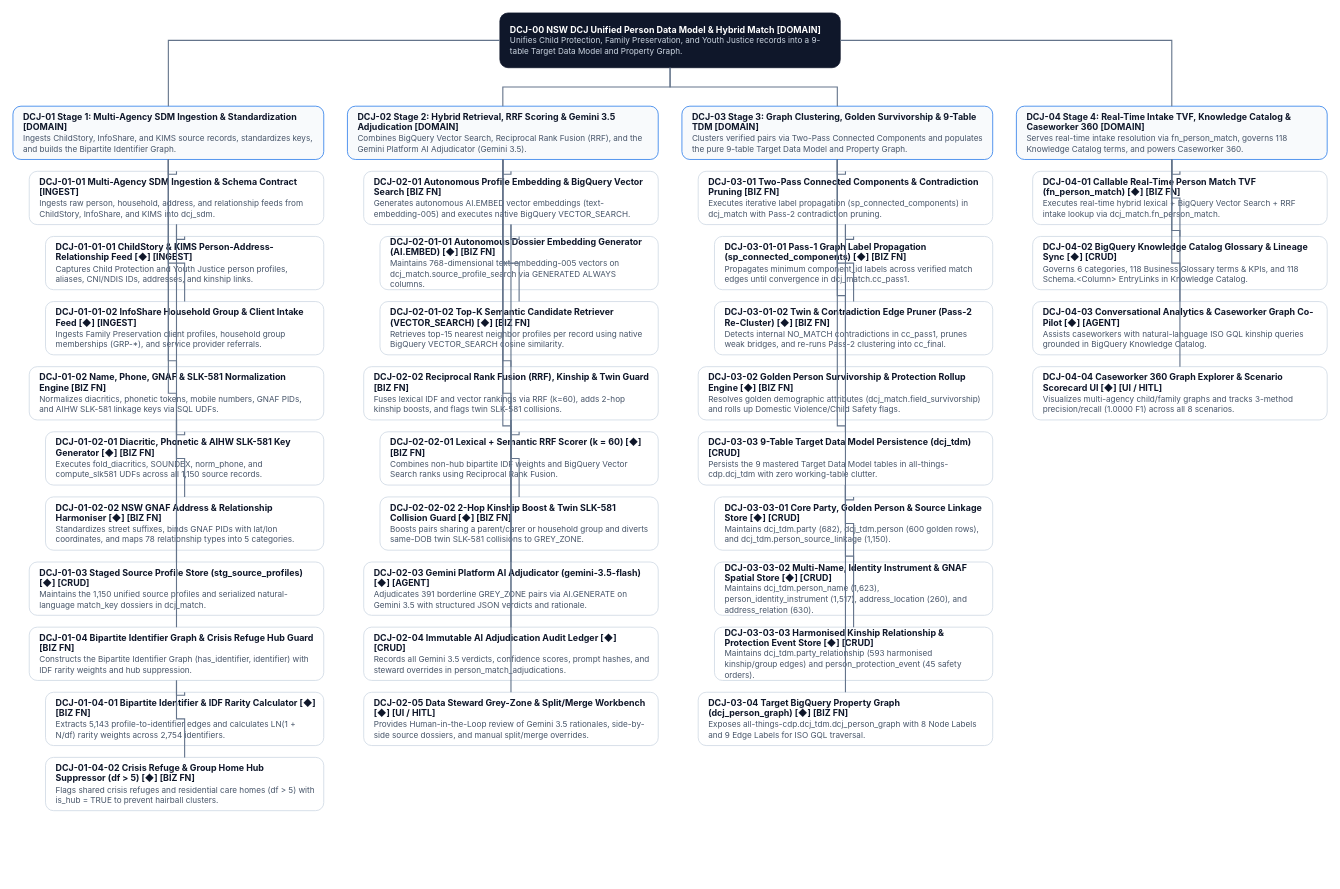
MattATurner/citizen_match keeps this draw.io diagram as dcj_fhd.drawio. Above is the earlier version. Source tidied: cells renumbered, new cells numbered last; positions are measured from the earlier drawing's top-left corner, leaving out a move shared by most shapes. Both pictures are drawn from the tidied source at 74%, with x=0, y=0 at pixel (13, 13).
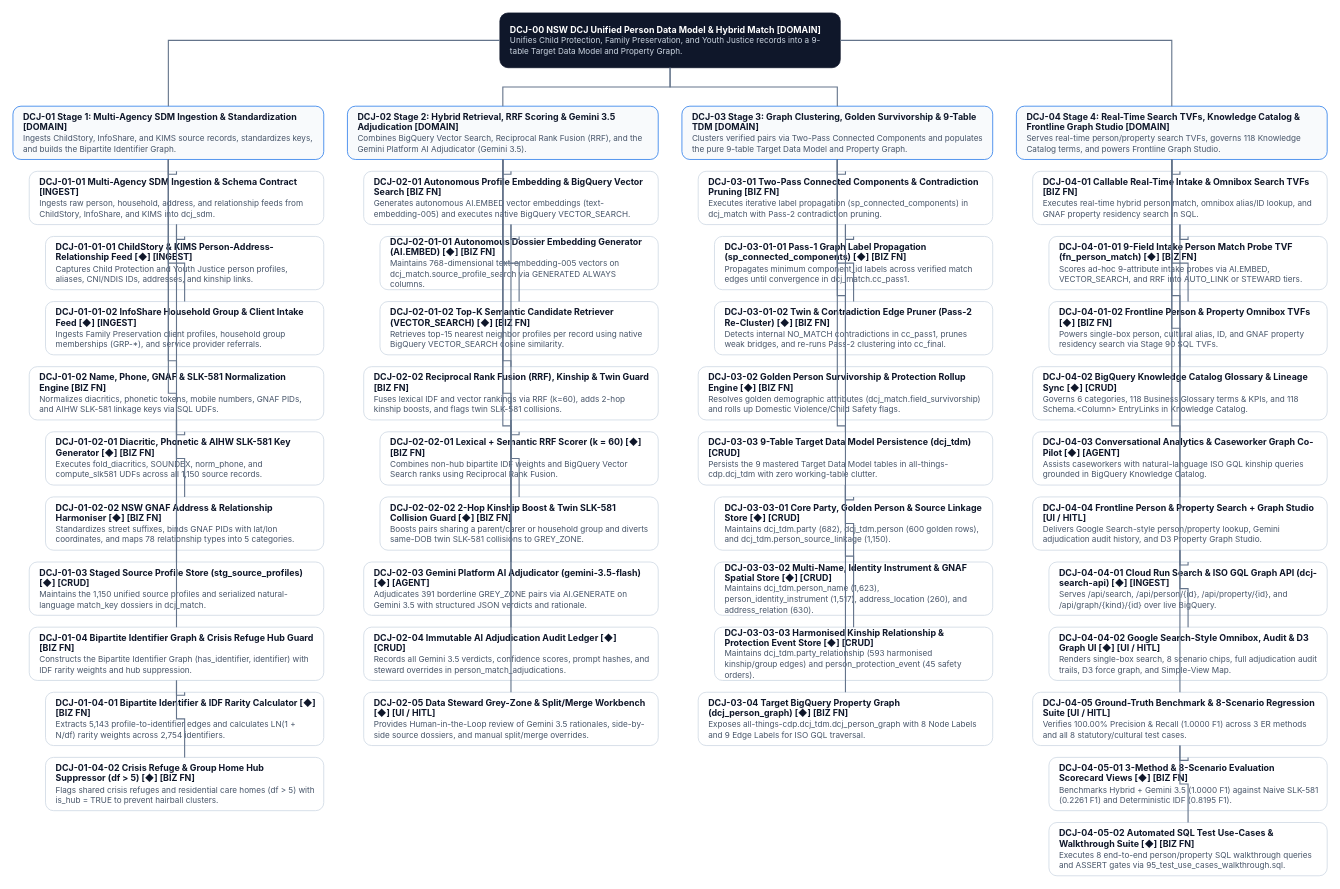
The same diagram, later.

Commit message (it also covers changes not shown here):
feat(fhd): update standalone FHD HTML (DCJ-00..DCJ-04-05) with Frontline Search, Graph Studio, and offline SVG/PNG exports

The edit, as a diff of the source:
```diff
@@
-    <mxCell id="65" value="&lt;b&gt;DCJ-04  Stage 4: Real-Time Intake TVF, Knowledge Catalog &amp;amp; Caseworker 360 [DOMAIN]&lt;/b&gt;&lt;br/&gt;&lt;font style='font-size:11px;color:#475569'&gt;Serves real-time intake resolution via fn_person_match, governs 118 Knowledge Catalog terms, and powers Caseworker 360.&lt;/font&gt;" style="rounded=1;whiteSpace=wrap;html=1;align=left;verticalAlign=middle;spacingLeft=12;spacingRight=10;fillColor=#F8FAFC;strokeColor=#1A73E8;fontColor=#0F172A;fontFamily=Inter;fontSize=12;" parent="1" vertex="1">
+    <mxCell id="65" value="&lt;b&gt;DCJ-04  Stage 4: Real-Time Search TVFs, Knowledge Catalog &amp;amp; Frontline Graph Studio [DOMAIN]&lt;/b&gt;&lt;br/&gt;&lt;font style='font-size:11px;color:#475569'&gt;Serves real-time person/property search TVFs, governs 118 Knowledge Catalog terms, and powers Frontline Graph Studio.&lt;/font&gt;" style="rounded=1;whiteSpace=wrap;html=1;align=left;verticalAlign=middle;spacingLeft=12;spacingRight=10;fillColor=#F8FAFC;strokeColor=#1A73E8;fontColor=#0F172A;fontFamily=Inter;fontSize=12;" parent="1" vertex="1">
       <mxGeometry x="1356" y="126" width="420" height="72" as="geometry" />
     </mxCell>
@@
-    <mxCell id="67" value="&lt;b&gt;DCJ-04-01  Callable Real-Time Person Match TVF (fn_person_match) [◆] [BIZ FN]&lt;/b&gt;&lt;br/&gt;&lt;font style='font-size:11px;color:#475569'&gt;Executes real-time hybrid lexical + BigQuery Vector Search + RRF intake lookup via dcj_match.fn_person_match.&lt;/font&gt;" style="rounded=1;whiteSpace=wrap;html=1;align=left;verticalAlign=middle;spacingLeft=12;spacingRight=10;fillColor=#FFFFFF;strokeColor=#CBD5E1;fontColor=#0F172A;fontFamily=Inter;fontSize=12;" parent="1" vertex="1">
+    <mxCell id="67" value="&lt;b&gt;DCJ-04-01  Callable Real-Time Intake &amp;amp; Omnibox Search TVFs [BIZ FN]&lt;/b&gt;&lt;br/&gt;&lt;font style='font-size:11px;color:#475569'&gt;Executes real-time hybrid person match, omnibox alias/ID lookup, and GNAF property residency search in SQL.&lt;/font&gt;" style="rounded=1;whiteSpace=wrap;html=1;align=left;verticalAlign=middle;spacingLeft=12;spacingRight=10;fillColor=#FFFFFF;strokeColor=#CBD5E1;fontColor=#0F172A;fontFamily=Inter;fontSize=12;" parent="1" vertex="1">
       <mxGeometry x="1378" y="214" width="398" height="72" as="geometry" />
     </mxCell>
@@
+    <mxCell id="75" value="&lt;b&gt;DCJ-04-01-01  9-Field Intake Person Match Probe TVF (fn_person_match) [◆] [BIZ FN]&lt;/b&gt;&lt;br/&gt;&lt;font style='font-size:11px;color:#475569'&gt;Scores ad-hoc 9-attribute intake probes via AI.EMBED, VECTOR_SEARCH, and RRF into AUTO_LINK or STEWARD tiers.&lt;/font&gt;" style="rounded=1;whiteSpace=wrap;html=1;align=left;verticalAlign=middle;spacingLeft=12;spacingRight=10;fillColor=#FFFFFF;strokeColor=#CBD5E1;fontColor=#0F172A;fontFamily=Inter;fontSize=12;" parent="1" vertex="1">
+      <mxGeometry x="1400" y="302" width="376" height="72" as="geometry" />
+    </mxCell>
+    <mxCell id="70" style="edgeStyle=orthogonalEdgeStyle;rounded=0;jettySize=auto;html=1;endArrow=none;strokeColor=#64748B;strokeWidth=1.5;" parent="1" edge="1" source="67" target="75">
+      <mxGeometry relative="1" as="geometry" />
+    </mxCell>
+    <mxCell id="76" value="&lt;b&gt;DCJ-04-01-02  Frontline Person &amp;amp; Property Omnibox TVFs [◆] [BIZ FN]&lt;/b&gt;&lt;br/&gt;&lt;font style='font-size:11px;color:#475569'&gt;Powers single-box person, cultural alias, ID, and GNAF property residency search via Stage 90 SQL TVFs.&lt;/font&gt;" style="rounded=1;whiteSpace=wrap;html=1;align=left;verticalAlign=middle;spacingLeft=12;spacingRight=10;fillColor=#FFFFFF;strokeColor=#CBD5E1;fontColor=#0F172A;fontFamily=Inter;fontSize=12;" parent="1" vertex="1">
+      <mxGeometry x="1400" y="390" width="376" height="72" as="geometry" />
+    </mxCell>
+    <mxCell id="72" style="edgeStyle=orthogonalEdgeStyle;rounded=0;jettySize=auto;html=1;endArrow=none;strokeColor=#64748B;strokeWidth=1.5;" parent="1" edge="1" source="67" target="76">
+      <mxGeometry relative="1" as="geometry" />
+    </mxCell>
     <mxCell id="69" value="&lt;b&gt;DCJ-04-02  BigQuery Knowledge Catalog Glossary &amp;amp; Lineage Sync [◆] [CRUD]&lt;/b&gt;&lt;br/&gt;&lt;font style='font-size:11px;color:#475569'&gt;Governs 6 categories, 118 Business Glossary terms &amp;amp; KPIs, and 118 Schema.&amp;lt;Column&amp;gt; EntryLinks in Knowledge Catalog.&lt;/font&gt;" style="rounded=1;whiteSpace=wrap;html=1;align=left;verticalAlign=middle;spacingLeft=12;spacingRight=10;fillColor=#FFFFFF;strokeColor=#CBD5E1;fontColor=#0F172A;fontFamily=Inter;fontSize=12;" parent="1" vertex="1">
-      <mxGeometry x="1378" y="302" width="398" height="72" as="geometry" />
+      <mxGeometry x="1378" y="478" width="398" height="72" as="geometry" />
     </mxCell>
-    <mxCell id="70" style="edgeStyle=orthogonalEdgeStyle;rounded=0;jettySize=auto;html=1;endArrow=none;strokeColor=#64748B;strokeWidth=1.5;" parent="1" edge="1" source="65" target="69">
-      <mxGeometry relative="1" as="geometry" />
-    </mxCell>
+    <mxCell id="74" style="edgeStyle=orthogonalEdgeStyle;rounded=0;jettySize=auto;html=1;endArrow=none;strokeColor=#64748B;strokeWidth=1.5;" parent="1" edge="1" source="65" target="69">
+      <mxGeometry relative="1" as="geometry" />
+    </mxCell>
     <mxCell id="71" value="&lt;b&gt;DCJ-04-03  Conversational Analytics &amp;amp; Caseworker Graph Co-Pilot [◆] [AGENT]&lt;/b&gt;&lt;br/&gt;&lt;font style='font-size:11px;color:#475569'&gt;Assists caseworkers with natural-language ISO GQL kinship queries grounded in BigQuery Knowledge Catalog.&lt;/font&gt;" style="rounded=1;whiteSpace=wrap;html=1;align=left;verticalAlign=middle;spacingLeft=12;spacingRight=10;fillColor=#FFFFFF;strokeColor=#CBD5E1;fontColor=#0F172A;fontFamily=Inter;fontSize=12;" parent="1" vertex="1">
-      <mxGeometry x="1378" y="390" width="398" height="72" as="geometry" />
+      <mxGeometry x="1378" y="566" width="398" height="72" as="geometry" />
     </mxCell>
-    <mxCell id="72" style="edgeStyle=orthogonalEdgeStyle;rounded=0;jettySize=auto;html=1;endArrow=none;strokeColor=#64748B;strokeWidth=1.5;" parent="1" edge="1" source="65" target="71">
-      <mxGeometry relative="1" as="geometry" />
-    </mxCell>
+    <mxCell id="77" style="edgeStyle=orthogonalEdgeStyle;rounded=0;jettySize=auto;html=1;endArrow=none;strokeColor=#64748B;strokeWidth=1.5;" parent="1" edge="1" source="65" target="71">
+      <mxGeometry relative="1" as="geometry" />
+    </mxCell>
-    <mxCell id="73" value="&lt;b&gt;DCJ-04-04  Caseworker 360 Graph Explorer &amp;amp; Scenario Scorecard UI [◆] [UI / HITL]&lt;/b&gt;&lt;br/&gt;&lt;font style='font-size:11px;color:#475569'&gt;Visualizes multi-agency child/family graphs and tracks 3-method precision/recall (1.0000 F1) across all 8 scenarios.&lt;/font&gt;" style="rounded=1;whiteSpace=wrap;html=1;align=left;verticalAlign=middle;spacingLeft=12;spacingRight=10;fillColor=#FFFFFF;strokeColor=#CBD5E1;fontColor=#0F172A;fontFamily=Inter;fontSize=12;" parent="1" vertex="1">
-      <mxGeometry x="1378" y="478" width="398" height="72" as="geometry" />
+    <mxCell id="73" value="&lt;b&gt;DCJ-04-04  Frontline Person &amp;amp; Property Search + Graph Studio [UI / HITL]&lt;/b&gt;&lt;br/&gt;&lt;font style='font-size:11px;color:#475569'&gt;Delivers Google Search-style person/property lookup, Gemini adjudication audit history, and D3 Property Graph Studio.&lt;/font&gt;" style="rounded=1;whiteSpace=wrap;html=1;align=left;verticalAlign=middle;spacingLeft=12;spacingRight=10;fillColor=#FFFFFF;strokeColor=#CBD5E1;fontColor=#0F172A;fontFamily=Inter;fontSize=12;" parent="1" vertex="1">
+      <mxGeometry x="1378" y="654" width="398" height="72" as="geometry" />
     </mxCell>
-    <mxCell id="74" style="edgeStyle=orthogonalEdgeStyle;rounded=0;jettySize=auto;html=1;endArrow=none;strokeColor=#64748B;strokeWidth=1.5;" parent="1" edge="1" source="65" target="73">
-      <mxGeometry relative="1" as="geometry" />
-    </mxCell>
+    <mxCell id="78" style="edgeStyle=orthogonalEdgeStyle;rounded=0;jettySize=auto;html=1;endArrow=none;strokeColor=#64748B;strokeWidth=1.5;" parent="1" edge="1" source="65" target="73">
+      <mxGeometry relative="1" as="geometry" />
+    </mxCell>
+    <mxCell id="79" value="&lt;b&gt;DCJ-04-04-01  Cloud Run Search &amp;amp; ISO GQL Graph API (dcj-search-api) [◆] [INGEST]&lt;/b&gt;&lt;br/&gt;&lt;font style='font-size:11px;color:#475569'&gt;Serves /api/search, /api/person/{id}, /api/property/{id}, and /api/graph/{kind}/{id} over live BigQuery.&lt;/font&gt;" style="rounded=1;whiteSpace=wrap;html=1;align=left;verticalAlign=middle;spacingLeft=12;spacingRight=10;fillColor=#FFFFFF;strokeColor=#CBD5E1;fontColor=#0F172A;fontFamily=Inter;fontSize=12;" parent="1" vertex="1">
+      <mxGeometry x="1400" y="742" width="376" height="72" as="geometry" />
+    </mxCell>
+    <mxCell id="80" style="edgeStyle=orthogonalEdgeStyle;rounded=0;jettySize=auto;html=1;endArrow=none;strokeColor=#64748B;strokeWidth=1.5;" parent="1" edge="1" source="73" target="79">
+      <mxGeometry relative="1" as="geometry" />
+    </mxCell>
+    <mxCell id="81" value="&lt;b&gt;DCJ-04-04-02  Google Search-Style Omnibox, Audit &amp;amp; D3 Graph UI [◆] [UI / HITL]&lt;/b&gt;&lt;br/&gt;&lt;font style='font-size:11px;color:#475569'&gt;Renders single-box search, 8 scenario chips, full adjudication audit trails, D3 force graph, and Simple-View Map.&lt;/font&gt;" style="rounded=1;whiteSpace=wrap;html=1;align=left;verticalAlign=middle;spacingLeft=12;spacingRight=10;fillColor=#FFFFFF;strokeColor=#CBD5E1;fontColor=#0F172A;fontFamily=Inter;fontSize=12;" parent="1" vertex="1">
+      <mxGeometry x="1400" y="830" width="376" height="72" as="geometry" />
+    </mxCell>
+    <mxCell id="82" style="edgeStyle=orthogonalEdgeStyle;rounded=0;jettySize=auto;html=1;endArrow=none;strokeColor=#64748B;strokeWidth=1.5;" parent="1" edge="1" source="73" target="81">
+      <mxGeometry relative="1" as="geometry" />
+    </mxCell>
+    <mxCell id="83" value="&lt;b&gt;DCJ-04-05  Ground-Truth Benchmark &amp;amp; 8-Scenario Regression Suite [UI / HITL]&lt;/b&gt;&lt;br/&gt;&lt;font style='font-size:11px;color:#475569'&gt;Verifies 100.00% Precision &amp;amp; Recall (1.0000 F1) across 3 ER methods and all 8 statutory/cultural test cases.&lt;/font&gt;" style="rounded=1;whiteSpace=wrap;html=1;align=left;verticalAlign=middle;spacingLeft=12;spacingRight=10;fillColor=#FFFFFF;strokeColor=#CBD5E1;fontColor=#0F172A;fontFamily=Inter;fontSize=12;" parent="1" vertex="1">
+      <mxGeometry x="1378" y="918" width="398" height="72" as="geometry" />
+    </mxCell>
+    <mxCell id="84" style="edgeStyle=orthogonalEdgeStyle;rounded=0;jettySize=auto;html=1;endArrow=none;strokeColor=#64748B;strokeWidth=1.5;" parent="1" edge="1" source="65" target="83">
+      <mxGeometry relative="1" as="geometry" />
+    </mxCell>
+    <mxCell id="85" value="&lt;b&gt;DCJ-04-05-01  3-Method &amp;amp; 8-Scenario Evaluation Scorecard Views [◆] [BIZ FN]&lt;/b&gt;&lt;br/&gt;&lt;font style='font-size:11px;color:#475569'&gt;Benchmarks Hybrid + Gemini 3.5 (1.0000 F1) against Naive SLK-581 (0.2261 F1) and Deterministic IDF (0.8195 F1).&lt;/font&gt;" style="rounded=1;whiteSpace=wrap;html=1;align=left;verticalAlign=middle;spacingLeft=12;spacingRight=10;fillColor=#FFFFFF;strokeColor=#CBD5E1;fontColor=#0F172A;fontFamily=Inter;fontSize=12;" parent="1" vertex="1">
+      <mxGeometry x="1400" y="1006" width="376" height="72" as="geometry" />
+    </mxCell>
+    <mxCell id="86" style="edgeStyle=orthogonalEdgeStyle;rounded=0;jettySize=auto;html=1;endArrow=none;strokeColor=#64748B;strokeWidth=1.5;" parent="1" edge="1" source="83" target="85">
+      <mxGeometry relative="1" as="geometry" />
+    </mxCell>
+    <mxCell id="87" value="&lt;b&gt;DCJ-04-05-02  Automated SQL Test Use-Cases &amp;amp; Walkthrough Suite [◆] [BIZ FN]&lt;/b&gt;&lt;br/&gt;&lt;font style='font-size:11px;color:#475569'&gt;Executes 8 end-to-end person/property SQL walkthrough queries and ASSERT gates via 95_test_use_cases_walkthrough.sql.&lt;/font&gt;" style="rounded=1;whiteSpace=wrap;html=1;align=left;verticalAlign=middle;spacingLeft=12;spacingRight=10;fillColor=#FFFFFF;strokeColor=#CBD5E1;fontColor=#0F172A;fontFamily=Inter;fontSize=12;" parent="1" vertex="1">
+      <mxGeometry x="1400" y="1094" width="376" height="72" as="geometry" />
+    </mxCell>
+    <mxCell id="88" style="edgeStyle=orthogonalEdgeStyle;rounded=0;jettySize=auto;html=1;endArrow=none;strokeColor=#64748B;strokeWidth=1.5;" parent="1" edge="1" source="83" target="87">
+      <mxGeometry relative="1" as="geometry" />
+    </mxCell>
```
